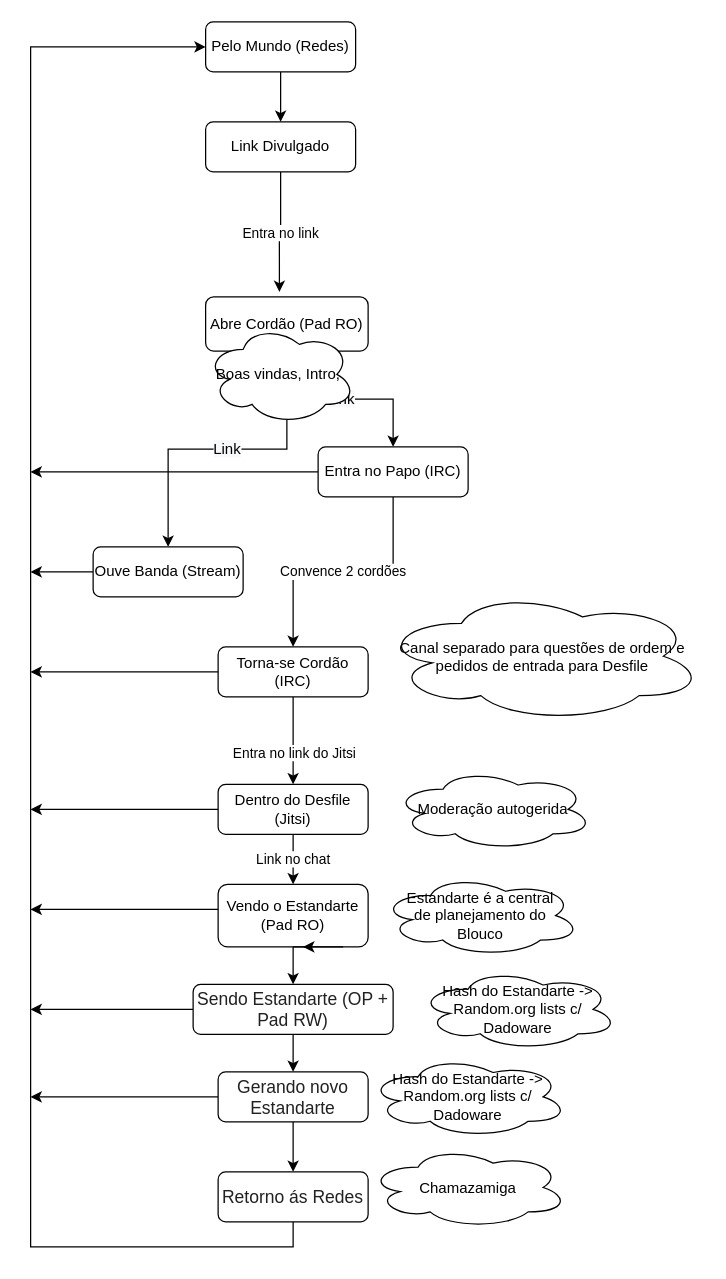
Earlier version of the draw.io diagram docs/images/diagrama.drawio (blouco/openblouco). Source tidied: cells renumbered, new cells numbered last; positions are measured from the earlier drawing's top-left corner, leaving out a move shared by most shapes. Both pictures are drawn from the tidied source at 125%, with x=0, y=0 at pixel (30, 21).
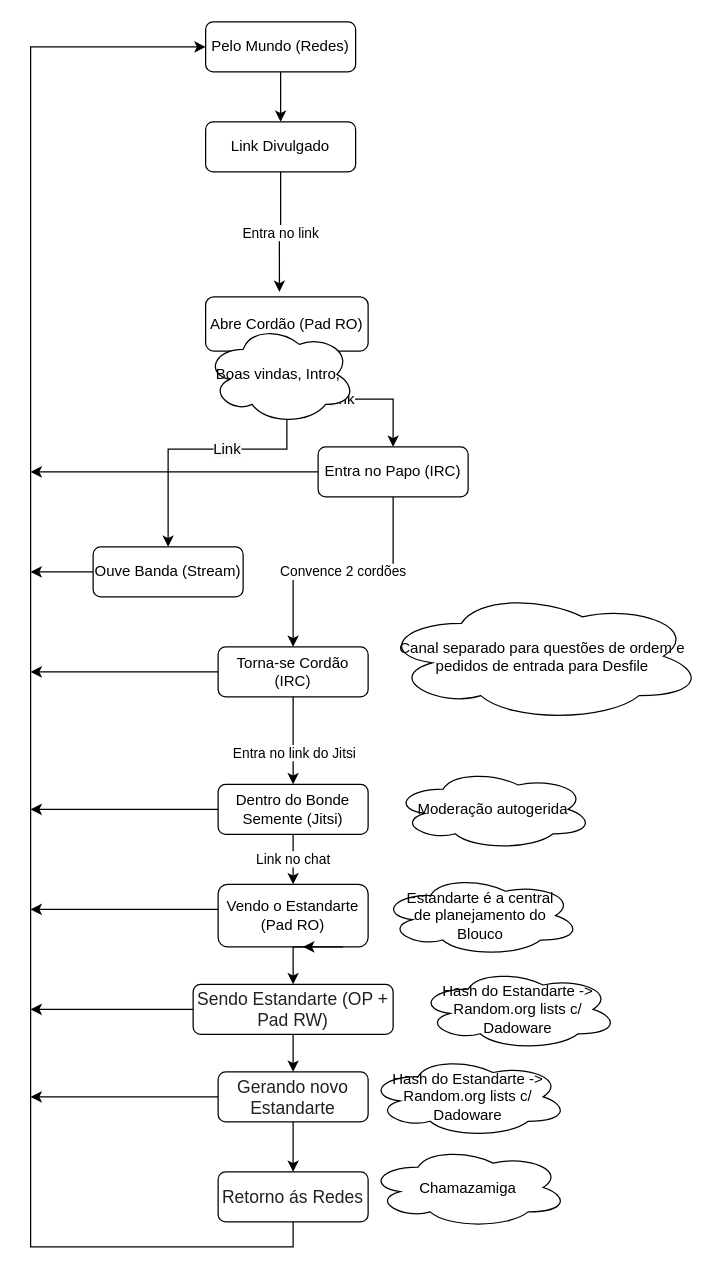
Above is the later version.

Commit message (it also covers changes not shown here):
Troca nome Banda por Trio e Desfile por Bonde

The edit, as a diff of the source:
```diff
@@
-    <mxCell id="18" value="Dentro do Desfile (Jitsi)" style="rounded=1;whiteSpace=wrap;html=1;fontSize=12;glass=0;strokeWidth=1;shadow=0;" parent="1" vertex="1">
+    <mxCell id="18" value="Dentro do Bonde Semente (Jitsi)" style="rounded=1;whiteSpace=wrap;html=1;fontSize=12;glass=0;strokeWidth=1;shadow=0;" parent="1" vertex="1">
       <mxGeometry x="150" y="610" width="120" height="40" as="geometry" />
     </mxCell>
```
